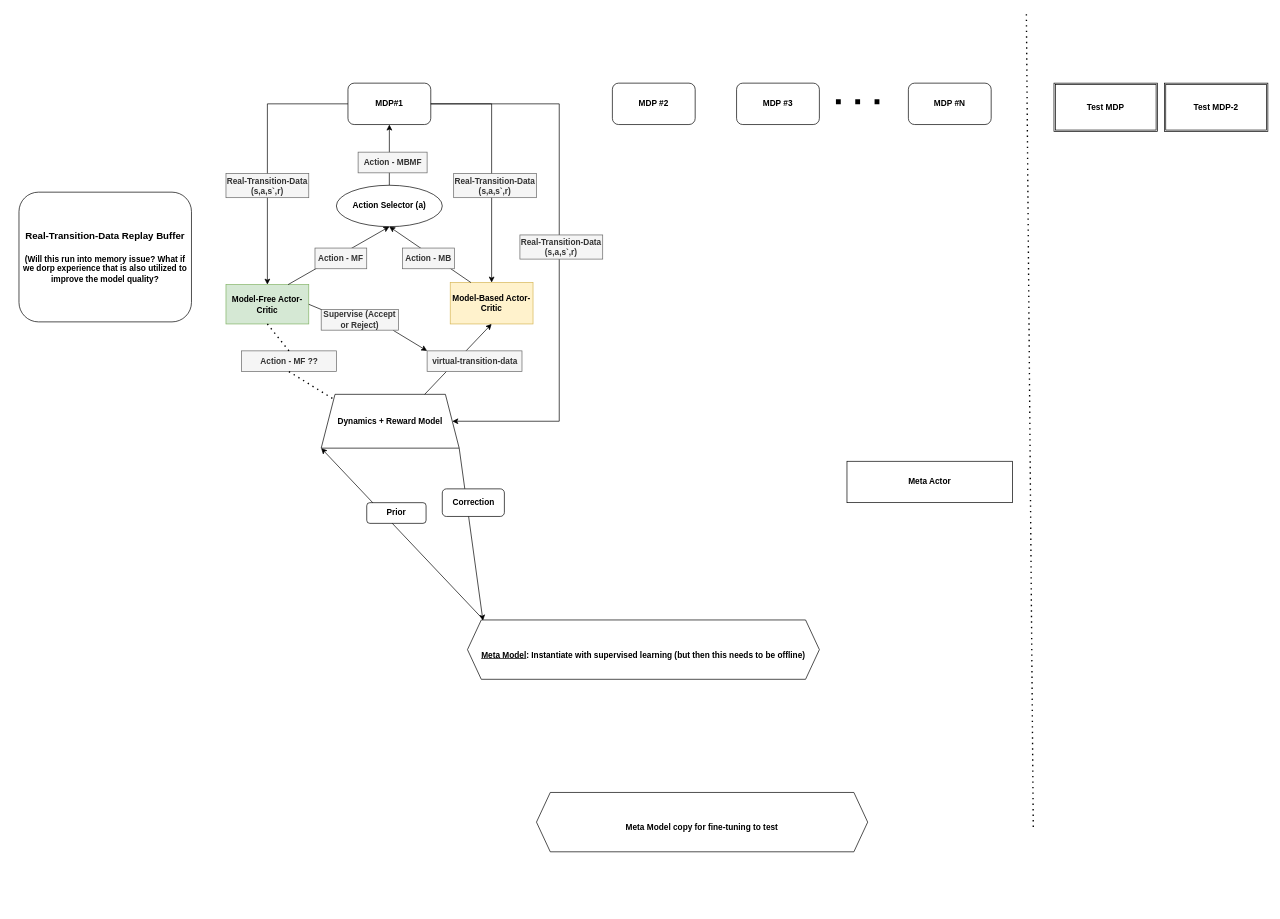
This is Hybrid_MBMF_MetaRL.drawio from jgwak1/research_problem_frameworks, a draw.io file, before an edit. Source tidied: cells renumbered, new cells numbered last; positions are measured from the earlier drawing's top-left corner, leaving out a move shared by most shapes. Both pictures are drawn from the tidied source at 69%, with x=0, y=0 at pixel (19, 12).
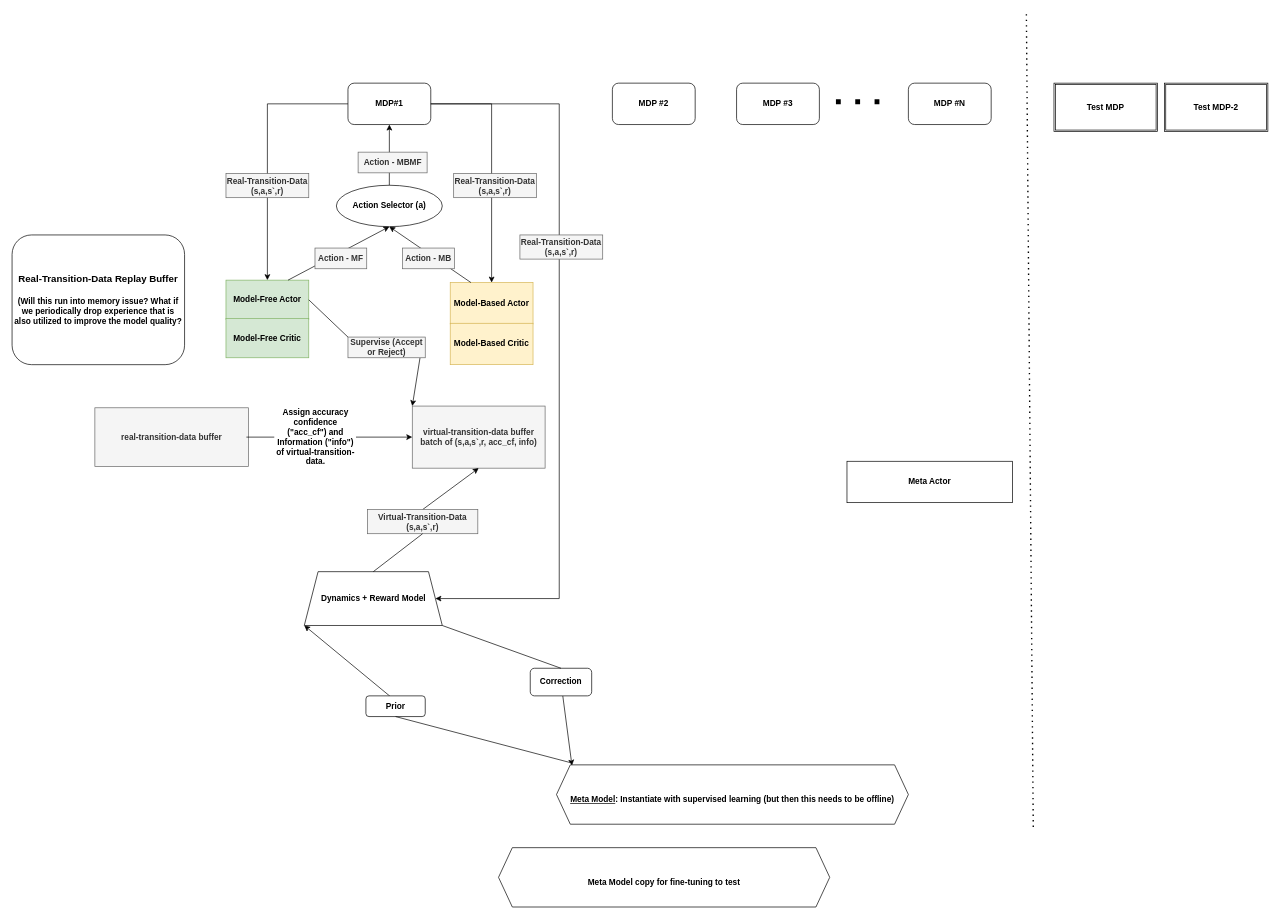
The same page after the edit.

Diff of the diagram source:
```diff
@@
-    <mxCell id="6" value="&lt;b&gt;Model-Free Actor-Critic&lt;/b&gt;&lt;b&gt;&lt;br&gt;&lt;/b&gt;" style="rounded=0;whiteSpace=wrap;html=1;fillColor=#d5e8d4;strokeColor=#82b366;" parent="1" vertex="1">
-      <mxGeometry x="300" y="394" width="120" height="57" as="geometry" />
+    <mxCell id="6" value="&lt;b&gt;Model-Free Actor&lt;/b&gt;&lt;b&gt;&lt;br&gt;&lt;/b&gt;" style="rounded=0;whiteSpace=wrap;html=1;fillColor=#d5e8d4;strokeColor=#82b366;" parent="1" vertex="1">
+      <mxGeometry x="300" y="387.5" width="120" height="57" as="geometry" />
     </mxCell>
-    <mxCell id="7" value="&lt;b&gt;Model-Based Actor-Critic&lt;br&gt;&lt;/b&gt;" style="rounded=0;whiteSpace=wrap;html=1;fillColor=#fff2cc;strokeColor=#d6b656;" parent="1" vertex="1">
+    <mxCell id="7" value="&lt;b&gt;Model-Based Actor&lt;br&gt;&lt;/b&gt;" style="rounded=0;whiteSpace=wrap;html=1;fillColor=#fff2cc;strokeColor=#d6b656;" parent="1" vertex="1">
       <mxGeometry x="625" y="391" width="120" height="60" as="geometry" />
     </mxCell>
     <mxCell id="8" value="&lt;b&gt;Dynamics + Reward Model&lt;/b&gt;" style="shape=trapezoid;perimeter=trapezoidPerimeter;whiteSpace=wrap;html=1;fixedSize=1;" parent="1" vertex="1">
-      <mxGeometry x="438" y="553" width="200" height="78" as="geometry" />
+      <mxGeometry x="413.5" y="810" width="200" height="78" as="geometry" />
     </mxCell>
@@
-    <mxCell id="18" style="endArrow=classic;html=1;rounded=0;exitX=0.75;exitY=0;exitDx=0;exitDy=0;entryX=0.5;entryY=1;entryDx=0;entryDy=0;" parent="1" edge="1" source="8" target="7">
-      <mxGeometry relative="1" as="geometry" />
-    </mxCell>
-    <mxCell id="19" value="&lt;b&gt;virtual-transition-data&lt;/b&gt;" style="text;html=1;strokeColor=#666666;fillColor=#f5f5f5;align=center;verticalAlign=middle;whiteSpace=wrap;rounded=0;fontColor=#333333;" parent="1" vertex="1">
-      <mxGeometry x="591.5" y="490" width="137.5" height="30" as="geometry" />
+    <mxCell id="19" value="&lt;b&gt;virtual-transition-data buffer&lt;br&gt;batch of (s,a,s`,r, acc_cf, info)&lt;br&gt;&lt;/b&gt;" style="text;html=1;strokeColor=#666666;fillColor=#f5f5f5;align=center;verticalAlign=middle;whiteSpace=wrap;rounded=0;fontColor=#333333;" parent="1" vertex="1">
+      <mxGeometry x="570" y="570" width="192.5" height="90" as="geometry" />
     </mxCell>
     <mxCell id="20" value="&lt;br&gt;&lt;b&gt;&lt;u&gt;Meta Model&lt;/u&gt;: Instantiate with supervised learning (but then this needs to be offline)&lt;/b&gt;" style="shape=hexagon;perimeter=hexagonPerimeter2;whiteSpace=wrap;html=1;fixedSize=1;" parent="1" vertex="1">
-      <mxGeometry x="650" y="880" width="510" height="86" as="geometry" />
+      <mxGeometry x="779" y="1090" width="510" height="86" as="geometry" />
     </mxCell>
@@
     <mxCell id="30" value="&lt;br&gt;&lt;b&gt;Meta Model copy for fine-tuning to test&lt;/b&gt;" style="shape=hexagon;perimeter=hexagonPerimeter2;whiteSpace=wrap;html=1;fixedSize=1;" parent="1" vertex="1">
-      <mxGeometry x="750" y="1130" width="480" height="86" as="geometry" />
+      <mxGeometry x="695" y="1210" width="480" height="86" as="geometry" />
     </mxCell>
-    <mxCell id="31" style="endArrow=classic;html=1;rounded=0;entryX=0;entryY=1;entryDx=0;entryDy=0;exitX=0.04;exitY=-0.037;exitDx=0;exitDy=0;exitPerimeter=0;" parent="1" edge="1" source="20" target="8">
+    <mxCell id="31" style="endArrow=classic;html=1;rounded=0;entryX=0;entryY=1;entryDx=0;entryDy=0;exitX=0.407;exitY=0.021;exitDx=0;exitDy=0;exitPerimeter=0;startArrow=none;" parent="1" edge="1" source="33" target="8">
       <mxGeometry relative="1" as="geometry" />
     </mxCell>
-    <mxCell id="32" style="endArrow=classic;html=1;rounded=0;exitX=1;exitY=1;exitDx=0;exitDy=0;entryX=0.044;entryY=0.012;entryDx=0;entryDy=0;entryPerimeter=0;" parent="1" edge="1" source="8" target="20">
+    <mxCell id="32" style="endArrow=classic;html=1;rounded=0;entryX=0.044;entryY=0.012;entryDx=0;entryDy=0;entryPerimeter=0;startArrow=none;" parent="1" edge="1" source="34" target="20">
       <mxGeometry relative="1" as="geometry" />
     </mxCell>
-    <mxCell id="33" value="&lt;b&gt;Prior&lt;/b&gt;" style="rounded=1;whiteSpace=wrap;html=1;" parent="1" vertex="1">
-      <mxGeometry x="504" y="710" width="86" height="30" as="geometry" />
-    </mxCell>
-    <mxCell id="34" value="&lt;b&gt;Correction&lt;/b&gt;" style="rounded=1;whiteSpace=wrap;html=1;" parent="1" vertex="1">
-      <mxGeometry x="613.5" y="690" width="90" height="40" as="geometry" />
-    </mxCell>
-    <mxCell id="35" value="&lt;b&gt;Action - MF ??&lt;/b&gt;" style="text;html=1;strokeColor=#666666;fillColor=#f5f5f5;align=center;verticalAlign=middle;whiteSpace=wrap;rounded=0;fontColor=#333333;" parent="1" vertex="1">
-      <mxGeometry x="322.5" y="490" width="137.5" height="30" as="geometry" />
-    </mxCell>
@@
     <mxCell id="37" value="&lt;b&gt;Supervise (Accept or Reject)&lt;/b&gt;" style="text;html=1;strokeColor=#666666;fillColor=#f5f5f5;align=center;verticalAlign=middle;whiteSpace=wrap;rounded=0;fontColor=#333333;" parent="1" vertex="1">
-      <mxGeometry x="438" y="430" width="112" height="30" as="geometry" />
+      <mxGeometry x="476.8" y="470" width="112" height="30" as="geometry" />
     </mxCell>
@@
-    <mxCell id="39" style="endArrow=none;dashed=1;html=1;dashPattern=1 3;strokeWidth=2;rounded=0;exitX=0.5;exitY=1;exitDx=0;exitDy=0;entryX=0.5;entryY=0;entryDx=0;entryDy=0;" parent="1" edge="1" source="6" target="35">
-      <mxGeometry relative="1" as="geometry" />
-    </mxCell>
-    <mxCell id="40" style="endArrow=none;dashed=1;html=1;dashPattern=1 3;strokeWidth=2;rounded=0;exitX=0.5;exitY=1;exitDx=0;exitDy=0;entryX=0;entryY=0;entryDx=0;entryDy=0;" parent="1" edge="1" source="35" target="8">
-      <mxGeometry relative="1" as="geometry" />
-    </mxCell>
-    <mxCell id="41" value="&lt;b&gt;&lt;font style=&quot;font-size: 14px&quot;&gt;Real-Transition-Data Replay Buffer &lt;br&gt;&lt;br&gt;&lt;/font&gt;(Will this run into memory issue? What if we dorp experience that is also utilized to improve the model quality?&lt;/b&gt;" style="rounded=1;whiteSpace=wrap;html=1;" parent="1" vertex="1">
-      <mxGeometry y="260" width="250" height="188" as="geometry" />
+    <mxCell id="41" value="&lt;b&gt;&lt;font style=&quot;font-size: 14px&quot;&gt;Real-Transition-Data Replay Buffer &lt;br&gt;&lt;br&gt;&lt;/font&gt;(Will this run into memory issue? What if we periodically drop experience that is also utilized to improve the model quality?&lt;/b&gt;" style="rounded=1;whiteSpace=wrap;html=1;" parent="1" vertex="1">
+      <mxGeometry x="-10" y="322" width="250" height="188" as="geometry" />
     </mxCell>
+    <mxCell id="33" value="&lt;b&gt;Prior&lt;/b&gt;" style="rounded=1;whiteSpace=wrap;html=1;" parent="1" vertex="1">
+      <mxGeometry x="502.8" y="990" width="86" height="30" as="geometry" />
+    </mxCell>
+    <mxCell id="42" style="endArrow=none;html=1;rounded=0;entryX=0.5;entryY=1;entryDx=0;entryDy=0;exitX=0.04;exitY=-0.037;exitDx=0;exitDy=0;exitPerimeter=0;" parent="1" edge="1" source="20" target="33">
+      <mxGeometry relative="1" as="geometry" />
+    </mxCell>
+    <mxCell id="34" value="&lt;b&gt;Correction&lt;/b&gt;" style="rounded=1;whiteSpace=wrap;html=1;" parent="1" vertex="1">
+      <mxGeometry x="741" y="950" width="89" height="40" as="geometry" />
+    </mxCell>
+    <mxCell id="43" style="endArrow=none;html=1;rounded=0;exitX=1;exitY=1;exitDx=0;exitDy=0;entryX=0.5;entryY=0;entryDx=0;entryDy=0;" parent="1" edge="1" source="8" target="34">
+      <mxGeometry relative="1" as="geometry" />
+    </mxCell>
+    <mxCell id="44" style="endArrow=classic;html=1;rounded=0;exitX=0.5;exitY=0;exitDx=0;exitDy=0;entryX=0.5;entryY=1;entryDx=0;entryDy=0;startArrow=none;" parent="1" edge="1" source="46" target="19">
+      <mxGeometry relative="1" as="geometry" />
+    </mxCell>
+    <mxCell id="45" value="&lt;b&gt;real-transition-data buffer&lt;/b&gt;" style="text;html=1;strokeColor=#666666;fillColor=#f5f5f5;align=center;verticalAlign=middle;whiteSpace=wrap;rounded=0;fontColor=#333333;" parent="1" vertex="1">
+      <mxGeometry x="110" y="572.5" width="222.5" height="85" as="geometry" />
+    </mxCell>
+    <mxCell id="46" value="&lt;b&gt;Virtual-Transition-Data (s,a,s`,r)&lt;/b&gt;" style="text;html=1;strokeColor=#666666;fillColor=#f5f5f5;align=center;verticalAlign=middle;whiteSpace=wrap;rounded=0;fontColor=#333333;" parent="1" vertex="1">
+      <mxGeometry x="505" y="720" width="160" height="35" as="geometry" />
+    </mxCell>
+    <mxCell id="47" style="endArrow=none;html=1;rounded=0;exitX=0.5;exitY=0;exitDx=0;exitDy=0;entryX=0.5;entryY=1;entryDx=0;entryDy=0;" parent="1" edge="1" source="8" target="46">
+      <mxGeometry relative="1" as="geometry" />
+    </mxCell>
+    <mxCell id="48" style="endArrow=classic;html=1;rounded=0;exitX=0.987;exitY=0.5;exitDx=0;exitDy=0;entryX=0;entryY=0.5;entryDx=0;entryDy=0;exitPerimeter=0;startArrow=none;" parent="1" edge="1" source="49" target="19">
+      <mxGeometry relative="1" as="geometry" />
+    </mxCell>
+    <mxCell id="49" value="&lt;b&gt;Assign accuracy confidence (&quot;acc_cf&quot;) and Information (&quot;info&quot;) of virtual-transition-data.&lt;/b&gt;" style="text;html=1;strokeColor=none;fillColor=none;align=center;verticalAlign=middle;whiteSpace=wrap;rounded=0;" parent="1" vertex="1">
+      <mxGeometry x="370" y="590" width="120" height="50" as="geometry" />
+    </mxCell>
+    <mxCell id="50" style="endArrow=none;html=1;rounded=0;exitX=0.987;exitY=0.5;exitDx=0;exitDy=0;entryX=0;entryY=0.5;entryDx=0;entryDy=0;exitPerimeter=0;" parent="1" edge="1" source="45" target="49">
+      <mxGeometry relative="1" as="geometry" />
+    </mxCell>
+    <mxCell id="51" value="&lt;b&gt;Model-Based Critic&lt;br&gt;&lt;/b&gt;" style="rounded=0;whiteSpace=wrap;html=1;fillColor=#fff2cc;strokeColor=#d6b656;" parent="1" vertex="1">
+      <mxGeometry x="625" y="450" width="120" height="60" as="geometry" />
+    </mxCell>
+    <mxCell id="52" value="&lt;b&gt;Model-Free Critic&lt;/b&gt;&lt;b&gt;&lt;br&gt;&lt;/b&gt;" style="rounded=0;whiteSpace=wrap;html=1;fillColor=#d5e8d4;strokeColor=#82b366;" parent="1" vertex="1">
+      <mxGeometry x="300" y="443" width="120" height="57" as="geometry" />
+    </mxCell>
```
